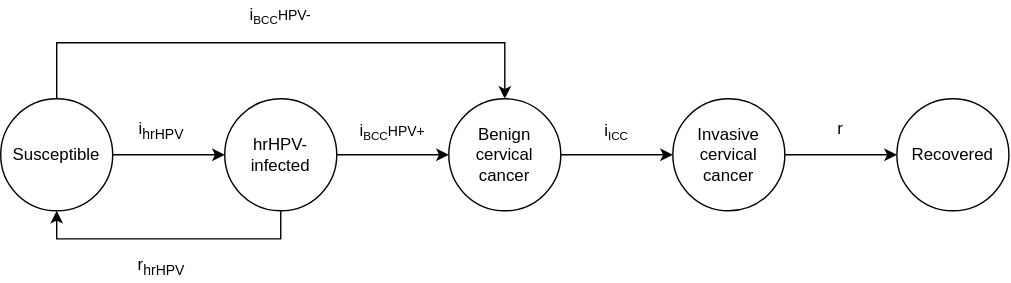
This is docs/source/gbd2017_models/causes/neoplasms/cervical_cancer/cervical_cancer_cause_model_diagram.svg from ihmeuw/vivarium_research, a draw.io export, as it was before one commit. Source tidied: cells renumbered, new cells last; positions are measured from the earlier drawing's top-left corner, leaving out a move shared by most shapes.
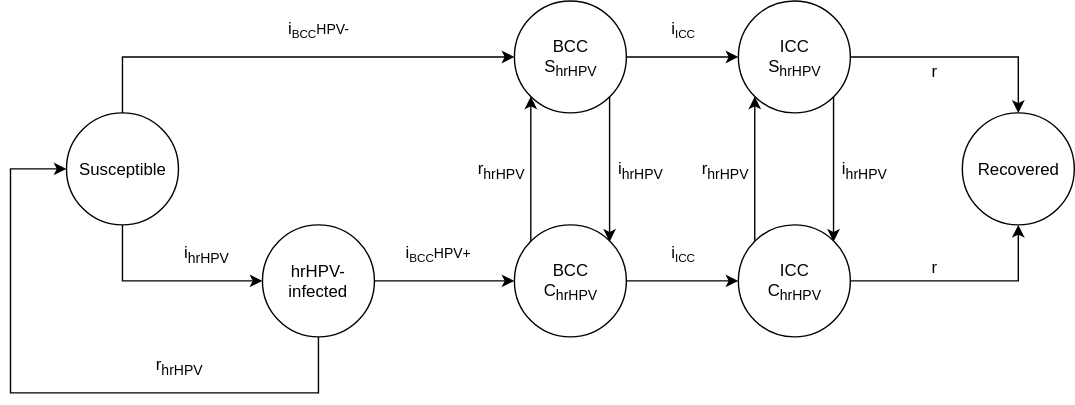
After the commit.

Commit message:
update cervical cancer cause model

Change to the diagram source:
```diff
@@ -2,14 +2,23 @@
   <root>
     <mxCell id="0" />
     <mxCell id="1" parent="0" />
+    <mxCell id="22" style="edgeStyle=none;rounded=0;jettySize=auto;html=1;exitX=1;exitY=0.5;exitDx=0;exitDy=0;entryX=0;entryY=0.5;entryDx=0;entryDy=0;" parent="1" edge="1" source="24" target="31">
+      <mxGeometry relative="1" as="geometry" />
+    </mxCell>
+    <mxCell id="23" style="edgeStyle=none;rounded=0;jettySize=auto;html=1;exitX=0;exitY=0;exitDx=0;exitDy=0;entryX=0;entryY=1;entryDx=0;entryDy=0;" parent="1" edge="1" source="24" target="6">
+      <mxGeometry relative="1" as="geometry" />
+    </mxCell>
+    <mxCell id="24" style="ellipse;whiteSpace=wrap;html=1;" parent="1" vertex="1">
+      <mxGeometry x="320" y="150" width="80" height="80" as="geometry" />
+    </mxCell>
-    <mxCell id="2" style="edgeStyle=orthogonalEdgeStyle;rounded=0;jettySize=auto;html=1;exitX=1;exitY=0.5;exitDx=0;exitDy=0;entryX=0;entryY=0.5;entryDx=0;entryDy=0;" parent="1" edge="1" source="4" target="17">
+    <mxCell id="2" style="edgeStyle=orthogonalEdgeStyle;rounded=0;jettySize=auto;html=1;exitX=0.5;exitY=1;exitDx=0;exitDy=0;entryX=0;entryY=0.5;entryDx=0;entryDy=0;" parent="1" edge="1" source="4" target="17">
       <mxGeometry relative="1" as="geometry" />
     </mxCell>
-    <mxCell id="3" style="edgeStyle=orthogonalEdgeStyle;rounded=0;jettySize=auto;html=1;exitX=0.5;exitY=0;exitDx=0;exitDy=0;entryX=0.5;entryY=0;entryDx=0;entryDy=0;" parent="1" edge="1" source="4" target="6">
+    <mxCell id="3" style="edgeStyle=orthogonalEdgeStyle;rounded=0;jettySize=auto;html=1;exitX=0.5;exitY=0;exitDx=0;exitDy=0;entryX=0;entryY=0.5;entryDx=0;entryDy=0;" parent="1" edge="1" source="4" target="6">
       <mxGeometry relative="1" as="geometry">
         <Array as="points">
           <mxPoint x="40" y="30" />
-          <mxPoint x="360" y="30" />
+          <mxPoint x="320" y="30" />
         </Array>
       </mxGeometry>
     </mxCell>
@@ -19,60 +28,101 @@
     <mxCell id="5" style="edgeStyle=orthogonalEdgeStyle;rounded=0;jettySize=auto;html=1;exitX=1;exitY=0.5;exitDx=0;exitDy=0;entryX=0;entryY=0.5;entryDx=0;entryDy=0;" parent="1" edge="1" source="6" target="8">
       <mxGeometry relative="1" as="geometry" />
     </mxCell>
+    <mxCell id="25" style="edgeStyle=orthogonalEdgeStyle;rounded=0;jettySize=auto;html=1;exitX=1;exitY=1;exitDx=0;exitDy=0;entryX=1;entryY=0;entryDx=0;entryDy=0;" parent="1" edge="1" source="6" target="24">
+      <mxGeometry relative="1" as="geometry" />
+    </mxCell>
     <mxCell id="6" style="ellipse;whiteSpace=wrap;html=1;" parent="1" vertex="1">
-      <mxGeometry x="320" y="70" width="80" height="80" as="geometry" />
+      <mxGeometry x="320" y="-10" width="80" height="80" as="geometry" />
     </mxCell>
+    <mxCell id="26" style="edgeStyle=orthogonalEdgeStyle;rounded=0;jettySize=auto;html=1;exitX=1;exitY=1;exitDx=0;exitDy=0;entryX=1;entryY=0;entryDx=0;entryDy=0;" parent="1" edge="1" source="8" target="31">
+      <mxGeometry relative="1" as="geometry" />
+    </mxCell>
-    <mxCell id="7" style="edgeStyle=orthogonalEdgeStyle;rounded=0;jettySize=auto;html=1;exitX=1;exitY=0.5;exitDx=0;exitDy=0;" parent="1" edge="1" source="8" target="13">
+    <mxCell id="7" style="edgeStyle=orthogonalEdgeStyle;rounded=0;jettySize=auto;html=1;exitX=1;exitY=0.5;exitDx=0;exitDy=0;entryX=0.5;entryY=0;entryDx=0;entryDy=0;" parent="1" edge="1" source="8" target="13">
       <mxGeometry relative="1" as="geometry" />
     </mxCell>
-    <mxCell id="8" value="&lt;span style=&quot;white-space: normal&quot;&gt;Invasive cervical cancer&lt;/span&gt;" style="ellipse;whiteSpace=wrap;html=1;" parent="1" vertex="1">
-      <mxGeometry x="480" y="70" width="80" height="80" as="geometry" />
+    <mxCell id="8" style="ellipse;whiteSpace=wrap;html=1;" parent="1" vertex="1">
+      <mxGeometry x="480" y="-10" width="80" height="80" as="geometry" />
     </mxCell>
     <mxCell id="9" value="Susceptible" style="text;html=1;strokeColor=none;fillColor=none;align=center;verticalAlign=middle;whiteSpace=wrap;rounded=0;" parent="1" vertex="1">
       <mxGeometry x="10" y="100" width="60" height="20" as="geometry" />
     </mxCell>
-    <mxCell id="10" value="Benign cervical cancer" style="text;html=1;strokeColor=none;fillColor=none;align=center;verticalAlign=middle;whiteSpace=wrap;rounded=0;" parent="1" vertex="1">
-      <mxGeometry x="340" y="100" width="40" height="20" as="geometry" />
+    <mxCell id="10" value="BCC C&lt;sub&gt;hrHPV&lt;/sub&gt;" style="text;html=1;strokeColor=none;fillColor=none;align=center;verticalAlign=middle;whiteSpace=wrap;rounded=0;" parent="1" vertex="1">
+      <mxGeometry x="340" y="180" width="40" height="20" as="geometry" />
     </mxCell>
     <mxCell id="11" value="i&lt;span style=&quot;font-size: 10px&quot;&gt;&lt;sub&gt;BCC&lt;/sub&gt;HPV+&lt;/span&gt;" style="text;html=1;strokeColor=none;fillColor=none;align=center;verticalAlign=middle;whiteSpace=wrap;rounded=0;" parent="1" vertex="1">
-      <mxGeometry x="260" y="83" width="40" height="20" as="geometry" />
+      <mxGeometry x="245" y="160" width="40" height="20" as="geometry" />
     </mxCell>
     <mxCell id="12" value="i&lt;span style=&quot;font-size: 10px&quot;&gt;&lt;sub&gt;ICC&lt;/sub&gt;&lt;/span&gt;" style="text;html=1;strokeColor=none;fillColor=none;align=center;verticalAlign=middle;whiteSpace=wrap;rounded=0;" parent="1" vertex="1">
-      <mxGeometry x="420" y="83" width="40" height="20" as="geometry" />
+      <mxGeometry x="420" width="40" height="20" as="geometry" />
     </mxCell>
     <mxCell id="13" value="&lt;span style=&quot;white-space: normal&quot;&gt;Recovered&lt;/span&gt;" style="ellipse;whiteSpace=wrap;html=1;" parent="1" vertex="1">
       <mxGeometry x="640" y="70" width="80" height="80" as="geometry" />
     </mxCell>
     <mxCell id="14" value="r" style="text;html=1;strokeColor=none;fillColor=none;align=center;verticalAlign=middle;whiteSpace=wrap;rounded=0;" parent="1" vertex="1">
-      <mxGeometry x="580" y="82" width="40" height="20" as="geometry" />
+      <mxGeometry x="600" y="30" width="40" height="20" as="geometry" />
     </mxCell>
-    <mxCell id="15" style="edgeStyle=orthogonalEdgeStyle;rounded=0;jettySize=auto;html=1;exitX=1;exitY=0.5;exitDx=0;exitDy=0;entryX=0;entryY=0.5;entryDx=0;entryDy=0;" parent="1" edge="1" source="17" target="6">
-      <mxGeometry relative="1" as="geometry" />
-    </mxCell>
-    <mxCell id="16" style="edgeStyle=orthogonalEdgeStyle;rounded=0;jettySize=auto;html=1;entryX=0.5;entryY=1;entryDx=0;entryDy=0;" parent="1" edge="1" target="4">
-      <mxGeometry relative="1" as="geometry">
-        <mxPoint x="200" y="160" as="sourcePoint" />
-        <Array as="points">
-          <mxPoint x="200" y="110" />
-          <mxPoint x="200" y="170" />
-          <mxPoint x="40" y="170" />
-        </Array>
-      </mxGeometry>
-    </mxCell>
+    <mxCell id="27" style="edgeStyle=none;rounded=0;jettySize=auto;html=1;exitX=1;exitY=0.5;exitDx=0;exitDy=0;entryX=0;entryY=0.5;entryDx=0;entryDy=0;" parent="1" edge="1" source="17" target="24">
+      <mxGeometry relative="1" as="geometry" />
+    </mxCell>
+    <mxCell id="28" style="edgeStyle=orthogonalEdgeStyle;rounded=0;jettySize=auto;html=1;exitX=0.5;exitY=1;exitDx=0;exitDy=0;entryX=0;entryY=0.5;entryDx=0;entryDy=0;" parent="1" edge="1" source="17" target="4">
+      <mxGeometry relative="1" as="geometry">
+        <Array as="points">
+          <mxPoint x="180" y="270" />
+          <mxPoint x="-40" y="270" />
+          <mxPoint x="-40" y="110" />
+        </Array>
+      </mxGeometry>
+    </mxCell>
     <mxCell id="17" style="ellipse;whiteSpace=wrap;html=1;" parent="1" vertex="1">
-      <mxGeometry x="160" y="70" width="80" height="80" as="geometry" />
+      <mxGeometry x="140" y="150" width="80" height="80" as="geometry" />
     </mxCell>
     <mxCell id="18" value="hrHPV-infected" style="text;html=1;strokeColor=none;fillColor=none;align=center;verticalAlign=middle;whiteSpace=wrap;rounded=0;" parent="1" vertex="1">
-      <mxGeometry x="170" y="100" width="60" height="20" as="geometry" />
+      <mxGeometry x="150" y="180" width="60" height="20" as="geometry" />
     </mxCell>
     <mxCell id="19" value="i&lt;span style=&quot;font-size: 10px&quot;&gt;&lt;sub&gt;BCC&lt;/sub&gt;HPV-&lt;/span&gt;" style="text;html=1;strokeColor=none;fillColor=none;align=center;verticalAlign=middle;whiteSpace=wrap;rounded=0;" parent="1" vertex="1">
-      <mxGeometry x="180" width="40" height="20" as="geometry" />
+      <mxGeometry x="160" width="40" height="20" as="geometry" />
     </mxCell>
     <mxCell id="20" value="i&lt;sub&gt;hrHPV&lt;/sub&gt;" style="text;html=1;strokeColor=none;fillColor=none;align=center;verticalAlign=middle;whiteSpace=wrap;rounded=0;" parent="1" vertex="1">
-      <mxGeometry x="95" y="83" width="40" height="20" as="geometry" />
+      <mxGeometry x="80" y="160" width="40" height="20" as="geometry" />
     </mxCell>
     <mxCell id="21" value="&lt;span style=&quot;font-size: 12px&quot;&gt;r&lt;/span&gt;&lt;sub&gt;hrHPV&lt;/sub&gt;" style="text;html=1;strokeColor=none;fillColor=none;align=center;verticalAlign=middle;whiteSpace=wrap;rounded=0;" parent="1" vertex="1">
-      <mxGeometry x="95" y="180" width="40" height="20" as="geometry" />
+      <mxGeometry x="60" y="240" width="40" height="20" as="geometry" />
     </mxCell>
+    <mxCell id="29" style="edgeStyle=none;rounded=0;jettySize=auto;html=1;exitX=0;exitY=0;exitDx=0;exitDy=0;entryX=0;entryY=1;entryDx=0;entryDy=0;" parent="1" edge="1" source="31" target="8">
+      <mxGeometry relative="1" as="geometry" />
+    </mxCell>
+    <mxCell id="30" style="edgeStyle=orthogonalEdgeStyle;rounded=0;jettySize=auto;html=1;exitX=1;exitY=0.5;exitDx=0;exitDy=0;entryX=0.5;entryY=1;entryDx=0;entryDy=0;" parent="1" edge="1" source="31" target="13">
+      <mxGeometry relative="1" as="geometry" />
+    </mxCell>
+    <mxCell id="31" style="ellipse;whiteSpace=wrap;html=1;" parent="1" vertex="1">
+      <mxGeometry x="480" y="150" width="80" height="80" as="geometry" />
+    </mxCell>
+    <mxCell id="32" value="BCC S&lt;sub&gt;hrHPV&lt;/sub&gt;" style="text;html=1;strokeColor=none;fillColor=none;align=center;verticalAlign=middle;whiteSpace=wrap;rounded=0;" parent="1" vertex="1">
+      <mxGeometry x="340" y="20" width="40" height="20" as="geometry" />
+    </mxCell>
+    <mxCell id="33" value="ICC S&lt;sub&gt;hrHPV&lt;/sub&gt;" style="text;html=1;strokeColor=none;fillColor=none;align=center;verticalAlign=middle;whiteSpace=wrap;rounded=0;" parent="1" vertex="1">
+      <mxGeometry x="500" y="20" width="40" height="20" as="geometry" />
+    </mxCell>
+    <mxCell id="34" value="ICC C&lt;sub&gt;hrHPV&lt;/sub&gt;" style="text;html=1;strokeColor=none;fillColor=none;align=center;verticalAlign=middle;whiteSpace=wrap;rounded=0;" parent="1" vertex="1">
+      <mxGeometry x="500" y="180" width="40" height="20" as="geometry" />
+    </mxCell>
+    <mxCell id="35" value="r" style="text;html=1;strokeColor=none;fillColor=none;align=center;verticalAlign=middle;whiteSpace=wrap;rounded=0;" parent="1" vertex="1">
+      <mxGeometry x="600" y="170" width="40" height="20" as="geometry" />
+    </mxCell>
+    <mxCell id="36" value="i&lt;span style=&quot;font-size: 10px&quot;&gt;&lt;sub&gt;ICC&lt;/sub&gt;&lt;/span&gt;" style="text;html=1;strokeColor=none;fillColor=none;align=center;verticalAlign=middle;whiteSpace=wrap;rounded=0;" parent="1" vertex="1">
+      <mxGeometry x="420" y="160" width="40" height="20" as="geometry" />
+    </mxCell>
+    <mxCell id="37" value="i&lt;sub&gt;hrHPV&lt;/sub&gt;" style="text;html=1;strokeColor=none;fillColor=none;align=center;verticalAlign=middle;whiteSpace=wrap;rounded=0;" parent="1" vertex="1">
+      <mxGeometry x="390" y="100" width="40" height="20" as="geometry" />
+    </mxCell>
+    <mxCell id="38" value="&lt;span style=&quot;font-size: 12px&quot;&gt;r&lt;/span&gt;&lt;sub&gt;hrHPV&lt;/sub&gt;" style="text;html=1;strokeColor=none;fillColor=none;align=center;verticalAlign=middle;whiteSpace=wrap;rounded=0;" parent="1" vertex="1">
+      <mxGeometry x="290" y="100" width="40" height="20" as="geometry" />
+    </mxCell>
+    <mxCell id="39" value="&lt;span style=&quot;font-size: 12px&quot;&gt;r&lt;/span&gt;&lt;sub&gt;hrHPV&lt;/sub&gt;" style="text;html=1;strokeColor=none;fillColor=none;align=center;verticalAlign=middle;whiteSpace=wrap;rounded=0;" parent="1" vertex="1">
+      <mxGeometry x="450" y="100" width="40" height="20" as="geometry" />
+    </mxCell>
+    <mxCell id="40" value="i&lt;sub&gt;hrHPV&lt;/sub&gt;" style="text;html=1;strokeColor=none;fillColor=none;align=center;verticalAlign=middle;whiteSpace=wrap;rounded=0;" parent="1" vertex="1">
+      <mxGeometry x="550" y="100" width="40" height="20" as="geometry" />
+    </mxCell>
   </root>
 </mxGraphModel>
```
